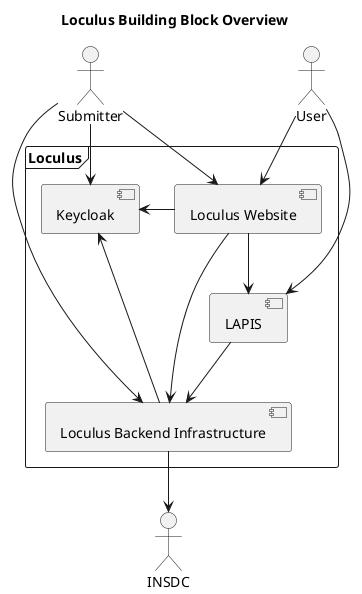
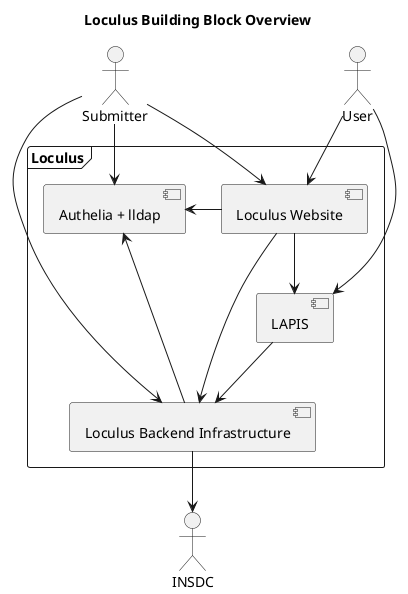
@startuml

title Loculus Building Block Overview

actor User as user
actor Submitter as submitter
actor INSDC as insdc

frame Loculus as loculus {
    component "Loculus Website" as website
    component "Loculus Backend Infrastructure" as backend
    component "LAPIS" as lapis
-     component "Keycloak" as keycloak
+     component "Authelia + lldap" as authelia
}

submitter --> website
submitter -right-> backend
- submitter --> keycloak
+ submitter --> authelia

user --> website
user --> lapis

website --> backend
website --> lapis
lapis --> backend

backend --> insdc

- backend -left-> keycloak
- website -left-> keycloak
+ backend -left-> authelia
+ website -left-> authelia

@enduml
